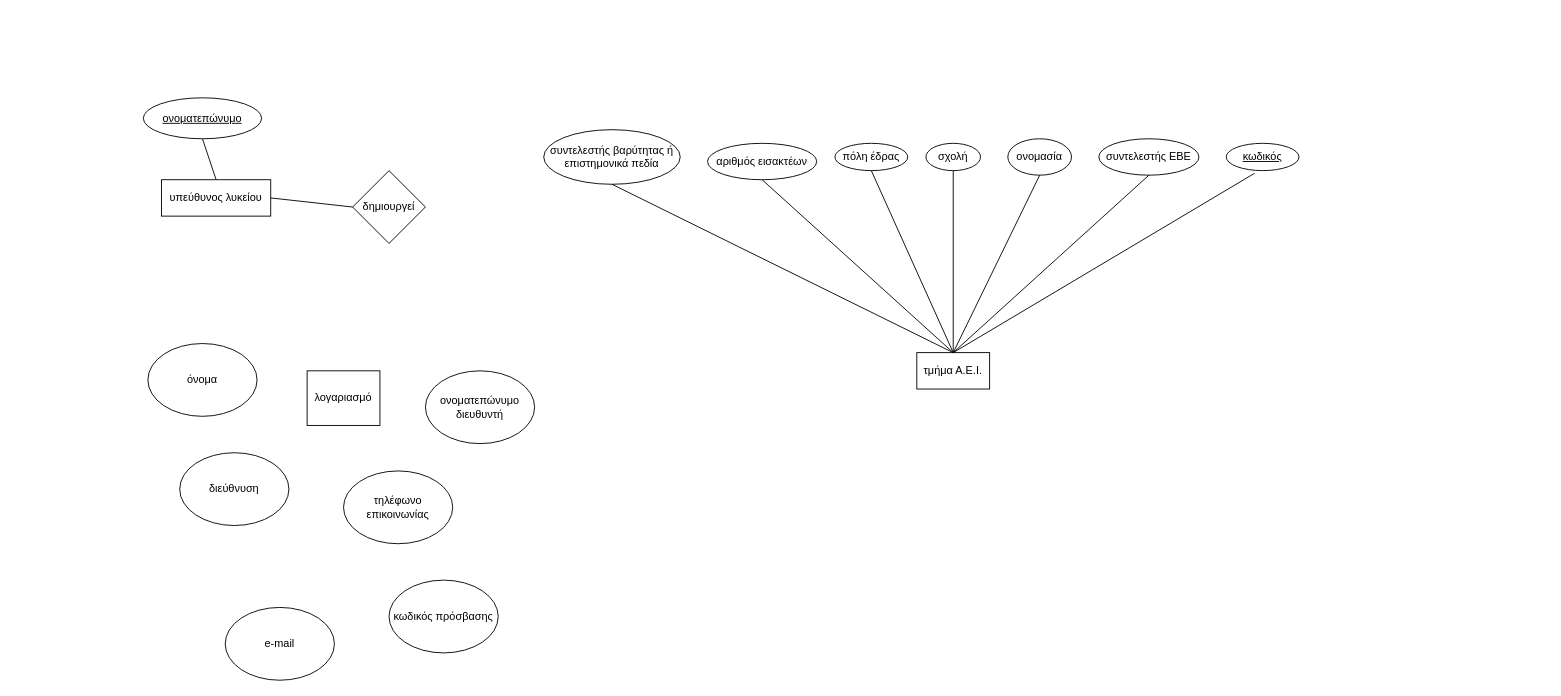
Before: Untitled Diagram.drawio in transwaifu/liakman.github.io, a draw.io diagram. Source tidied: cells renumbered, new cells numbered last; positions are measured from the earlier drawing's top-left corner, leaving out a move shared by most shapes. Both pictures are drawn from the tidied source at 91%, with x=0, y=0 at pixel (143, 97).
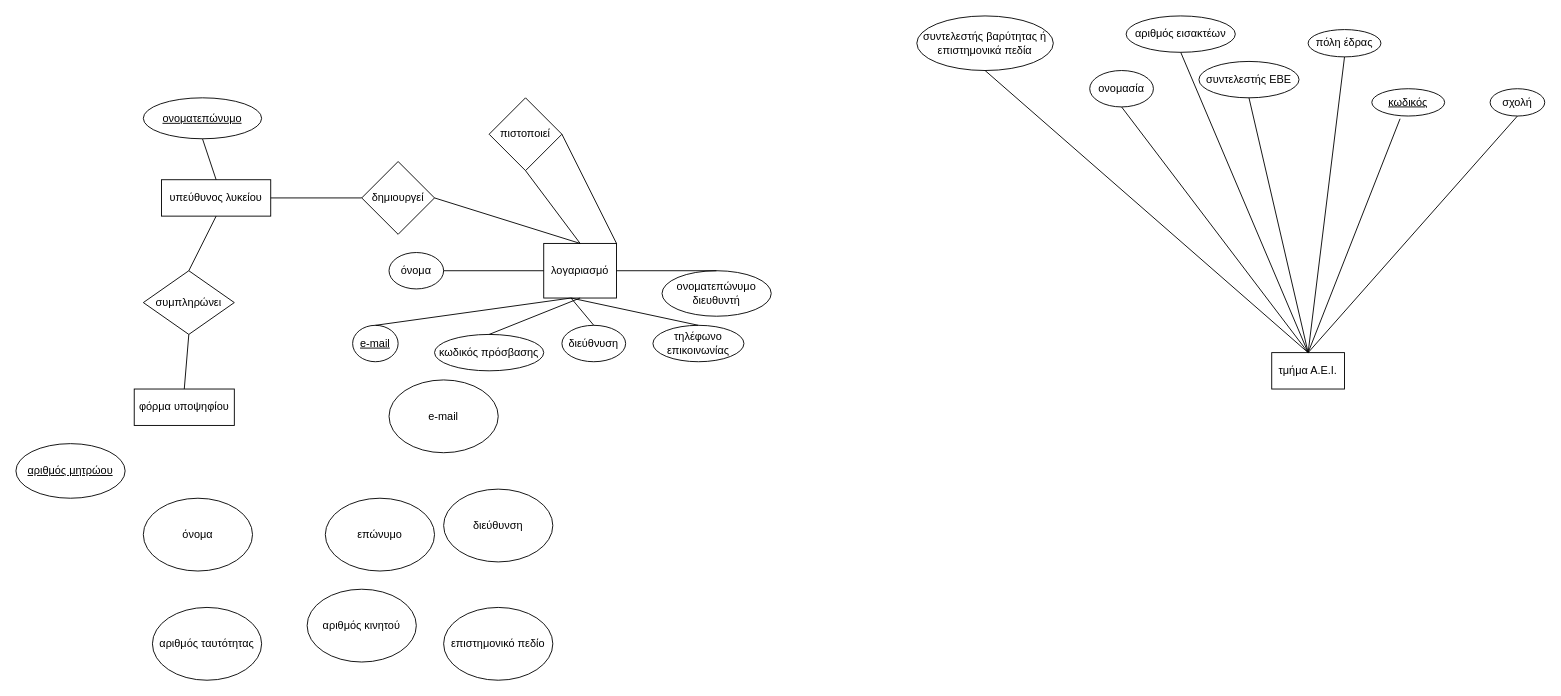
The same diagram, later.

Unchanged cells that the change refers to:
```xml
<mxCell id="17" value="υπεύθυνος λυκείου" style="rounded=0;whiteSpace=wrap;html=1;" parent="1" vertex="1">
  <mxGeometry x="20" y="90" width="120" height="40" as="geometry" />
</mxCell>
```

What changed in the source:
```diff
@@
     <mxCell id="2" value="τμήμα Α.Ε.Ι." style="rounded=0;whiteSpace=wrap;html=1;" parent="1" vertex="1">
-      <mxGeometry x="850" y="280" width="80" height="40" as="geometry" />
+      <mxGeometry x="1240" y="280" width="80" height="40" as="geometry" />
     </mxCell>
     <mxCell id="3" value="&lt;u&gt;κωδικός&lt;/u&gt;" style="ellipse;whiteSpace=wrap;html=1;" parent="1" vertex="1">
-      <mxGeometry x="1190" y="50" width="80" height="30" as="geometry" />
+      <mxGeometry x="1350" y="-10" width="80" height="30" as="geometry" />
     </mxCell>
     <mxCell id="4" value="ονομασία" style="ellipse;whiteSpace=wrap;html=1;" parent="1" vertex="1">
-      <mxGeometry x="950" y="45" width="70" height="40" as="geometry" />
+      <mxGeometry x="1040" y="-30" width="70" height="40" as="geometry" />
     </mxCell>
     <mxCell id="5" value="πόλη έδρας" style="ellipse;whiteSpace=wrap;html=1;" parent="1" vertex="1">
-      <mxGeometry x="760" y="50" width="80" height="30" as="geometry" />
+      <mxGeometry x="1280" y="-75" width="80" height="30" as="geometry" />
     </mxCell>
     <mxCell id="6" value="συντελεστής ΕΒΕ" style="ellipse;whiteSpace=wrap;html=1;" parent="1" vertex="1">
-      <mxGeometry x="1050" y="45" width="110" height="40" as="geometry" />
+      <mxGeometry x="1160" y="-40" width="110" height="40" as="geometry" />
     </mxCell>
     <mxCell id="7" value="σχολή" style="ellipse;whiteSpace=wrap;html=1;" parent="1" vertex="1">
-      <mxGeometry x="860" y="50" width="60" height="30" as="geometry" />
+      <mxGeometry x="1480" y="-10" width="60" height="30" as="geometry" />
     </mxCell>
     <mxCell id="8" value="αριθμός εισακτέων" style="ellipse;whiteSpace=wrap;html=1;" parent="1" vertex="1">
-      <mxGeometry x="620" y="50" width="120" height="40" as="geometry" />
+      <mxGeometry x="1080" y="-90" width="120" height="40" as="geometry" />
     </mxCell>
     <mxCell id="9" value="συντελεστής βαρύτητας ή επιστημονικά πεδία" style="ellipse;whiteSpace=wrap;html=1;" parent="1" vertex="1">
-      <mxGeometry x="440" y="35" width="150" height="60" as="geometry" />
+      <mxGeometry x="850" y="-90" width="150" height="60" as="geometry" />
     </mxCell>
@@
     <mxCell id="20" value="δημιουργεί" style="rhombus;whiteSpace=wrap;html=1;" parent="1" vertex="1">
-      <mxGeometry x="230" y="80" width="80" height="80" as="geometry" />
+      <mxGeometry x="240" y="70" width="80" height="80" as="geometry" />
     </mxCell>
@@
     <mxCell id="22" value="λογαριασμό" style="rounded=0;whiteSpace=wrap;html=1;" parent="1" vertex="1">
-      <mxGeometry x="180" y="300" width="80" height="60" as="geometry" />
+      <mxGeometry x="440" y="160" width="80" height="60" as="geometry" />
     </mxCell>
     <mxCell id="23" value="διεύθνυση" style="ellipse;whiteSpace=wrap;html=1;" parent="1" vertex="1">
-      <mxGeometry x="40" y="390" width="120" height="80" as="geometry" />
+      <mxGeometry x="460" y="250" width="70" height="40" as="geometry" />
     </mxCell>
     <mxCell id="24" value="τηλέφωνο επικοινωνίας" style="ellipse;whiteSpace=wrap;html=1;" parent="1" vertex="1">
-      <mxGeometry x="220" y="410" width="120" height="80" as="geometry" />
+      <mxGeometry x="560" y="250" width="100" height="40" as="geometry" />
     </mxCell>
     <mxCell id="25" value="όνομα" style="ellipse;whiteSpace=wrap;html=1;" parent="1" vertex="1">
-      <mxGeometry x="5" y="270" width="120" height="80" as="geometry" />
+      <mxGeometry x="270" y="170" width="60" height="40" as="geometry" />
     </mxCell>
-    <mxCell id="26" value="e-mail" style="ellipse;whiteSpace=wrap;html=1;" parent="1" vertex="1">
-      <mxGeometry x="90" y="560" width="120" height="80" as="geometry" />
+    <mxCell id="26" value="&lt;u&gt;e-mail&lt;/u&gt;" style="ellipse;whiteSpace=wrap;html=1;" parent="1" vertex="1">
+      <mxGeometry x="230" y="250" width="50" height="40" as="geometry" />
     </mxCell>
     <mxCell id="27" value="κωδικός πρόσβασης" style="ellipse;whiteSpace=wrap;html=1;" parent="1" vertex="1">
-      <mxGeometry x="270" y="530" width="120" height="80" as="geometry" />
+      <mxGeometry x="320" y="260" width="120" height="40" as="geometry" />
     </mxCell>
     <mxCell id="28" value="ονοματεπώνυμο διευθυντή" style="ellipse;whiteSpace=wrap;html=1;" parent="1" vertex="1">
-      <mxGeometry x="310" y="300" width="120" height="80" as="geometry" />
+      <mxGeometry x="570" y="190" width="120" height="50" as="geometry" />
     </mxCell>
+    <mxCell id="29" style="endArrow=none;html=1;rounded=0;entryX=1;entryY=0.5;entryDx=0;entryDy=0;exitX=0.5;exitY=0;exitDx=0;exitDy=0;" parent="1" edge="1" source="22" target="20">
+      <mxGeometry relative="1" as="geometry" />
+    </mxCell>
+    <mxCell id="30" style="endArrow=none;html=1;rounded=0;entryX=0;entryY=0.5;entryDx=0;entryDy=0;exitX=1;exitY=0.5;exitDx=0;exitDy=0;" parent="1" edge="1" source="25" target="22">
+      <mxGeometry relative="1" as="geometry" />
+    </mxCell>
+    <mxCell id="31" style="endArrow=none;html=1;rounded=0;entryX=1;entryY=0.5;entryDx=0;entryDy=0;exitX=0.5;exitY=0;exitDx=0;exitDy=0;" parent="1" edge="1" source="28" target="22">
+      <mxGeometry relative="1" as="geometry" />
+    </mxCell>
+    <mxCell id="32" style="endArrow=none;html=1;rounded=0;entryX=0.375;entryY=1;entryDx=0;entryDy=0;entryPerimeter=0;exitX=0.5;exitY=0;exitDx=0;exitDy=0;" parent="1" edge="1" source="24" target="22">
+      <mxGeometry relative="1" as="geometry" />
+    </mxCell>
+    <mxCell id="33" style="endArrow=none;html=1;rounded=0;entryX=0.375;entryY=1;entryDx=0;entryDy=0;entryPerimeter=0;exitX=0.5;exitY=0;exitDx=0;exitDy=0;" parent="1" edge="1" source="23" target="22">
+      <mxGeometry relative="1" as="geometry" />
+    </mxCell>
+    <mxCell id="34" style="endArrow=none;html=1;rounded=0;exitX=0.5;exitY=0;exitDx=0;exitDy=0;entryX=0.5;entryY=1;entryDx=0;entryDy=0;" parent="1" edge="1" source="27" target="22">
+      <mxGeometry relative="1" as="geometry" />
+    </mxCell>
+    <mxCell id="35" style="endArrow=none;html=1;rounded=0;exitX=0.5;exitY=0;exitDx=0;exitDy=0;" parent="1" edge="1" source="26">
+      <mxGeometry relative="1" as="geometry">
+        <mxPoint x="470" y="220" as="targetPoint" />
+      </mxGeometry>
+    </mxCell>
+    <mxCell id="36" value="πιστοποιεί" style="rhombus;whiteSpace=wrap;html=1;" parent="1" vertex="1">
+      <mxGeometry x="380" width="80" height="80" as="geometry" />
+    </mxCell>
+    <mxCell id="37" style="endArrow=none;html=1;rounded=0;entryX=0.5;entryY=0;entryDx=0;entryDy=0;exitX=0.5;exitY=1;exitDx=0;exitDy=0;" parent="1" edge="1" source="36" target="22">
+      <mxGeometry relative="1" as="geometry" />
+    </mxCell>
+    <mxCell id="38" style="endArrow=none;html=1;rounded=0;entryX=1;entryY=0.5;entryDx=0;entryDy=0;exitX=1;exitY=0;exitDx=0;exitDy=0;" parent="1" edge="1" source="22" target="36">
+      <mxGeometry relative="1" as="geometry" />
+    </mxCell>
+    <mxCell id="39" style="endArrow=none;html=1;rounded=0;entryX=0.5;entryY=1;entryDx=0;entryDy=0;exitX=0.5;exitY=0;exitDx=0;exitDy=0;" parent="1" edge="1" source="40" target="17">
+      <mxGeometry relative="1" as="geometry" />
+    </mxCell>
+    <mxCell id="40" value="συμπληρώνει" style="rhombus;whiteSpace=wrap;html=1;" parent="1" vertex="1">
+      <mxGeometry y="190" width="100" height="70" as="geometry" />
+    </mxCell>
+    <mxCell id="41" value="φόρμα υποψηφίου" style="rounded=0;whiteSpace=wrap;html=1;" parent="1" vertex="1">
+      <mxGeometry x="-10" y="320" width="110" height="40" as="geometry" />
+    </mxCell>
+    <mxCell id="42" style="endArrow=none;html=1;rounded=0;entryX=0.5;entryY=1;entryDx=0;entryDy=0;exitX=0.5;exitY=0;exitDx=0;exitDy=0;" parent="1" edge="1" source="41" target="40">
+      <mxGeometry relative="1" as="geometry" />
+    </mxCell>
+    <mxCell id="43" value="όνομα" style="ellipse;whiteSpace=wrap;html=1;" parent="1" vertex="1">
+      <mxGeometry y="440" width="120" height="80" as="geometry" />
+    </mxCell>
+    <mxCell id="44" value="επώνυμο" style="ellipse;whiteSpace=wrap;html=1;" parent="1" vertex="1">
+      <mxGeometry x="200" y="440" width="120" height="80" as="geometry" />
+    </mxCell>
+    <mxCell id="45" value="&lt;u&gt;αριθμός μητρώου&lt;/u&gt;" style="ellipse;whiteSpace=wrap;html=1;" parent="1" vertex="1">
+      <mxGeometry x="-140" y="380" width="120" height="60" as="geometry" />
+    </mxCell>
+    <mxCell id="46" value="αριθμός ταυτότητας" style="ellipse;whiteSpace=wrap;html=1;" parent="1" vertex="1">
+      <mxGeometry x="10" y="560" width="120" height="80" as="geometry" />
+    </mxCell>
+    <mxCell id="47" value="αριθμός κινητού" style="ellipse;whiteSpace=wrap;html=1;" parent="1" vertex="1">
+      <mxGeometry x="180" y="540" width="120" height="80" as="geometry" />
+    </mxCell>
+    <mxCell id="48" value="e-mail" style="ellipse;whiteSpace=wrap;html=1;" parent="1" vertex="1">
+      <mxGeometry x="270" y="310" width="120" height="80" as="geometry" />
+    </mxCell>
+    <mxCell id="49" value="διεύθυνση" style="ellipse;whiteSpace=wrap;html=1;" parent="1" vertex="1">
+      <mxGeometry x="330" y="430" width="120" height="80" as="geometry" />
+    </mxCell>
+    <mxCell id="50" value="επιστημονικό πεδίο" style="ellipse;whiteSpace=wrap;html=1;" parent="1" vertex="1">
+      <mxGeometry x="330" y="560" width="120" height="80" as="geometry" />
+    </mxCell>
```
